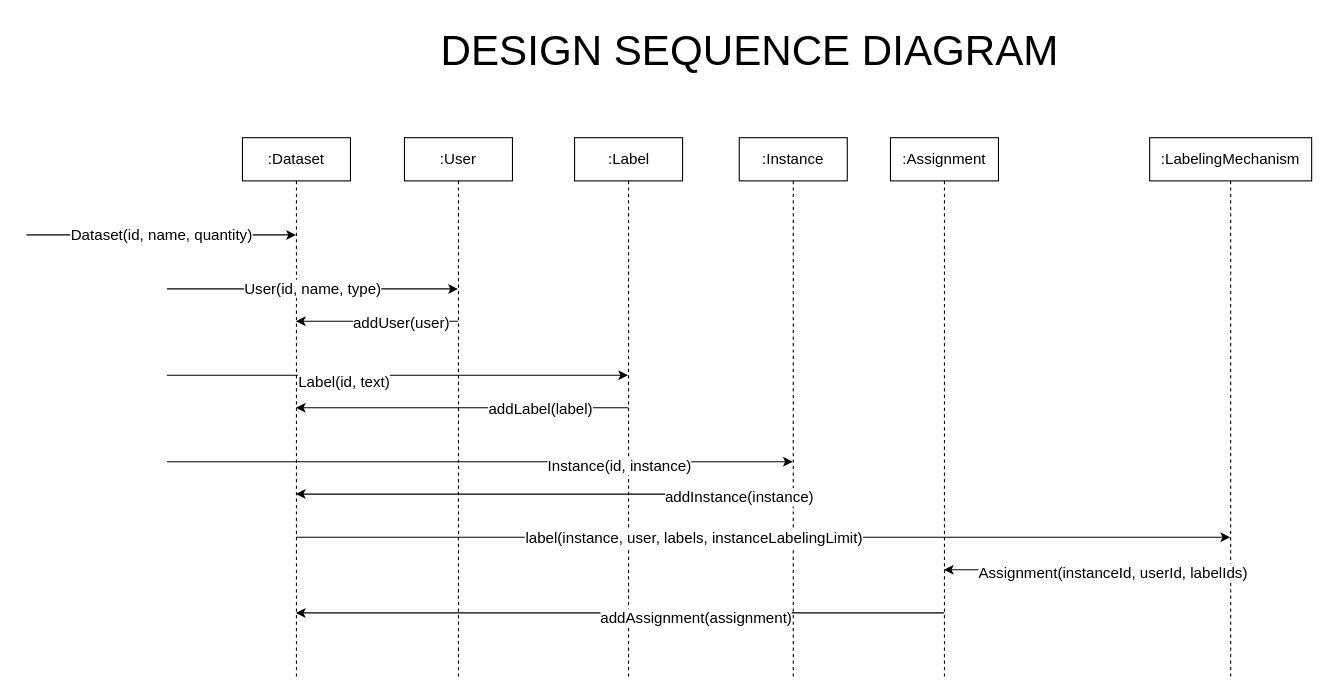
This is page "DSD" (3 of 3) of iteration2/DCD.drawio from alperdokay/CSE3063F20P1_GRP20, a draw.io file, before an edit. Source tidied: cells renumbered, new cells numbered last; positions are measured from the earlier drawing's top-left corner, leaving out a move shared by most shapes. Both pictures are drawn from the tidied source at 108%, with x=0, y=0 at pixel (26, 18).
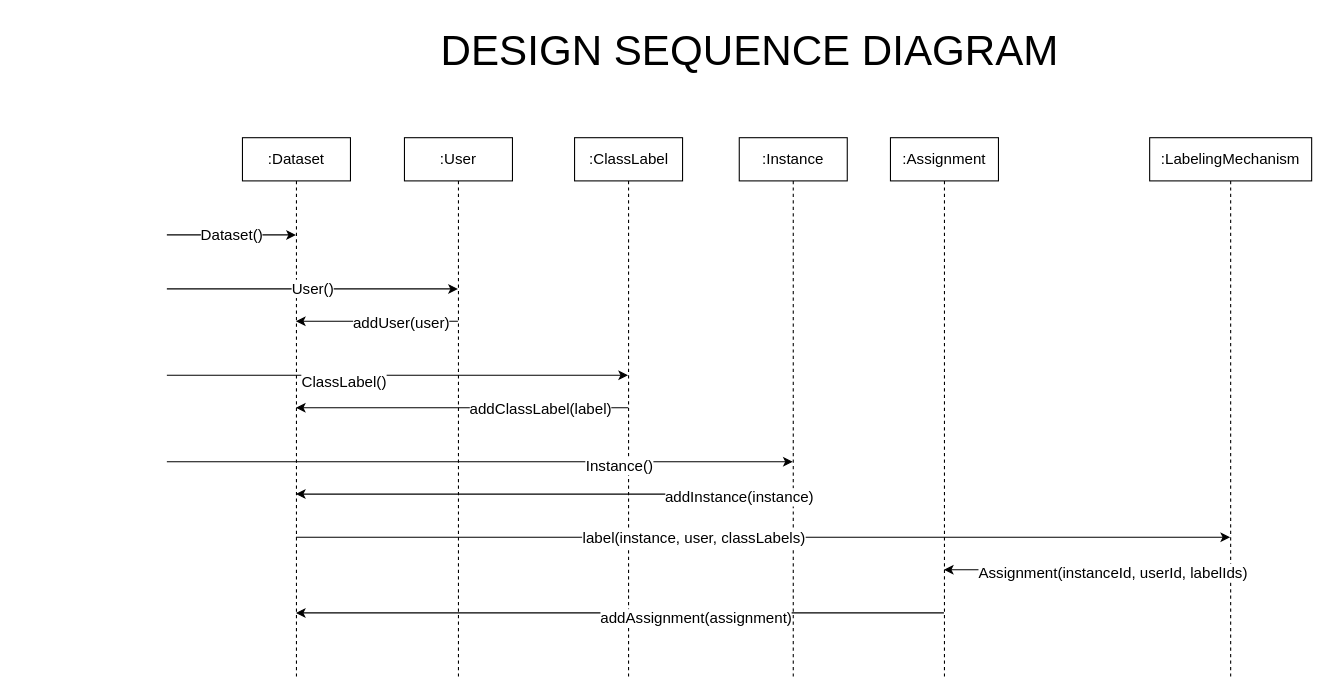
After the change.

The change refers to these unchanged cells:
```xml
<mxCell id="2" value=":Dataset" style="shape=umlLifeline;perimeter=lifelinePerimeter;whiteSpace=wrap;html=1;outlineConnect=0;fontSize=14;" parent="1" vertex="1">
  <mxGeometry x="200" y="110" width="100" height="500" as="geometry" />
</mxCell>
<mxCell id="3" value=":User" style="shape=umlLifeline;perimeter=lifelinePerimeter;whiteSpace=wrap;html=1;outlineConnect=0;fontSize=14;" parent="1" vertex="1">
  <mxGeometry x="350" y="110" width="100" height="500" as="geometry" />
</mxCell>
<mxCell id="10" style="endArrow=classic;html=1;fontSize=14;" parent="1" edge="1" target="4">
  <mxGeometry relative="1" as="geometry">
    <mxPoint x="130" y="330" as="sourcePoint" />
  </mxGeometry>
</mxCell>
<mxCell id="14" style="endArrow=classic;html=1;fontSize=14;" parent="1" edge="1" source="4" target="2">
  <mxGeometry relative="1" as="geometry" />
</mxCell>
<mxCell id="16" style="endArrow=classic;html=1;fontSize=14;" parent="1" edge="1" target="5">
  <mxGeometry relative="1" as="geometry">
    <mxPoint x="130" y="410" as="sourcePoint" />
  </mxGeometry>
</mxCell>
<mxCell id="20" style="endArrow=classic;html=1;fontSize=14;" parent="1" edge="1" source="2" target="7">
  <mxGeometry relative="1" as="geometry">
    <Array as="points">
      <mxPoint x="820" y="480" />
    </Array>
  </mxGeometry>
</mxCell>
```

Diff of the diagram source:
```diff
@@
-    <mxCell id="4" value=":Label" style="shape=umlLifeline;perimeter=lifelinePerimeter;whiteSpace=wrap;html=1;outlineConnect=0;fontSize=14;" parent="1" vertex="1">
+    <mxCell id="4" value=":ClassLabel" style="shape=umlLifeline;perimeter=lifelinePerimeter;whiteSpace=wrap;html=1;outlineConnect=0;fontSize=14;" parent="1" vertex="1">
       <mxGeometry x="507.5" y="110" width="100" height="500" as="geometry" />
     </mxCell>
@@
-    <mxCell id="8" value="Dataset(id, name, quantity)" style="endArrow=classic;html=1;fontSize=14;" parent="1" edge="1" target="2">
+    <mxCell id="8" value="Dataset()" style="endArrow=classic;html=1;fontSize=14;" parent="1" edge="1" target="2">
       <mxGeometry relative="1" as="geometry">
-        <mxPoint y="200" as="sourcePoint" />
+        <mxPoint x="130" y="200" as="sourcePoint" />
       </mxGeometry>
     </mxCell>
-    <mxCell id="9" value="User(id, name, type)" style="endArrow=classic;html=1;fontSize=14;" parent="1" edge="1" target="3">
+    <mxCell id="9" value="User()" style="endArrow=classic;html=1;fontSize=14;" parent="1" edge="1" target="3">
       <mxGeometry relative="1" as="geometry">
         <mxPoint x="130" y="250" as="sourcePoint" />
       </mxGeometry>
     </mxCell>
@@
-    <mxCell id="11" value="Label(id, text)" style="edgeLabel;html=1;align=center;verticalAlign=middle;fontSize=14;" parent="10" vertex="1">
+    <mxCell id="11" value="ClassLabel()" style="edgeLabel;html=1;align=center;verticalAlign=middle;fontSize=14;" parent="10" vertex="1">
       <mxGeometry x="-0.24" y="-5" relative="1" as="geometry">
         <mxPoint x="1" as="offset" />
       </mxGeometry>
     </mxCell>
@@
-    <mxCell id="15" value="addLabel(label)" style="edgeLabel;html=1;align=center;verticalAlign=middle;fontSize=14;" parent="14" vertex="1">
+    <mxCell id="15" value="addClassLabel(label)" style="edgeLabel;html=1;align=center;verticalAlign=middle;fontSize=14;" parent="14" vertex="1">
       <mxGeometry x="-0.46" relative="1" as="geometry">
         <mxPoint x="1" as="offset" />
       </mxGeometry>
     </mxCell>
@@
-    <mxCell id="17" value="Instance(id, instance)" style="edgeLabel;html=1;align=center;verticalAlign=middle;fontSize=14;" parent="16" vertex="1">
+    <mxCell id="17" value="Instance()" style="edgeLabel;html=1;align=center;verticalAlign=middle;fontSize=14;" parent="16" vertex="1">
       <mxGeometry x="0.35" y="-3" relative="1" as="geometry">
         <mxPoint x="27.5" as="offset" />
       </mxGeometry>
     </mxCell>
@@
-    <mxCell id="21" value="label(instance,&amp;nbsp;user, labels, instanceLabelingLimit)" style="edgeLabel;html=1;align=center;verticalAlign=middle;fontSize=14;" parent="20" vertex="1">
+    <mxCell id="21" value="label(instance,&amp;nbsp;user, classLabels)" style="edgeLabel;html=1;align=center;verticalAlign=middle;fontSize=14;" parent="20" vertex="1">
       <mxGeometry x="-0.15" relative="1" as="geometry" />
     </mxCell>
```
